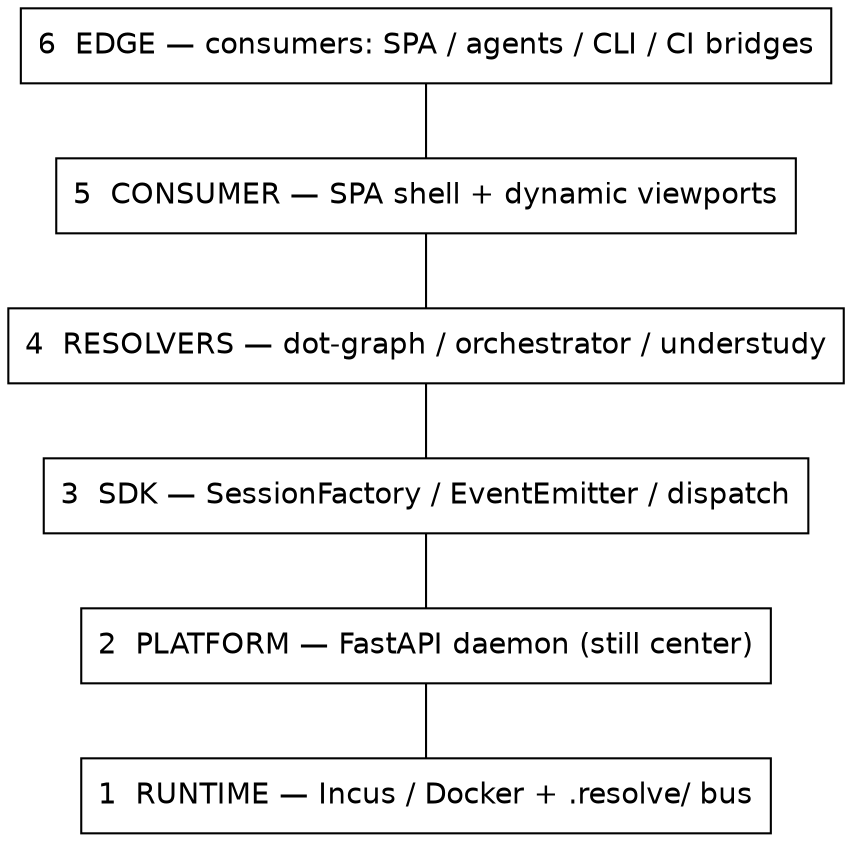
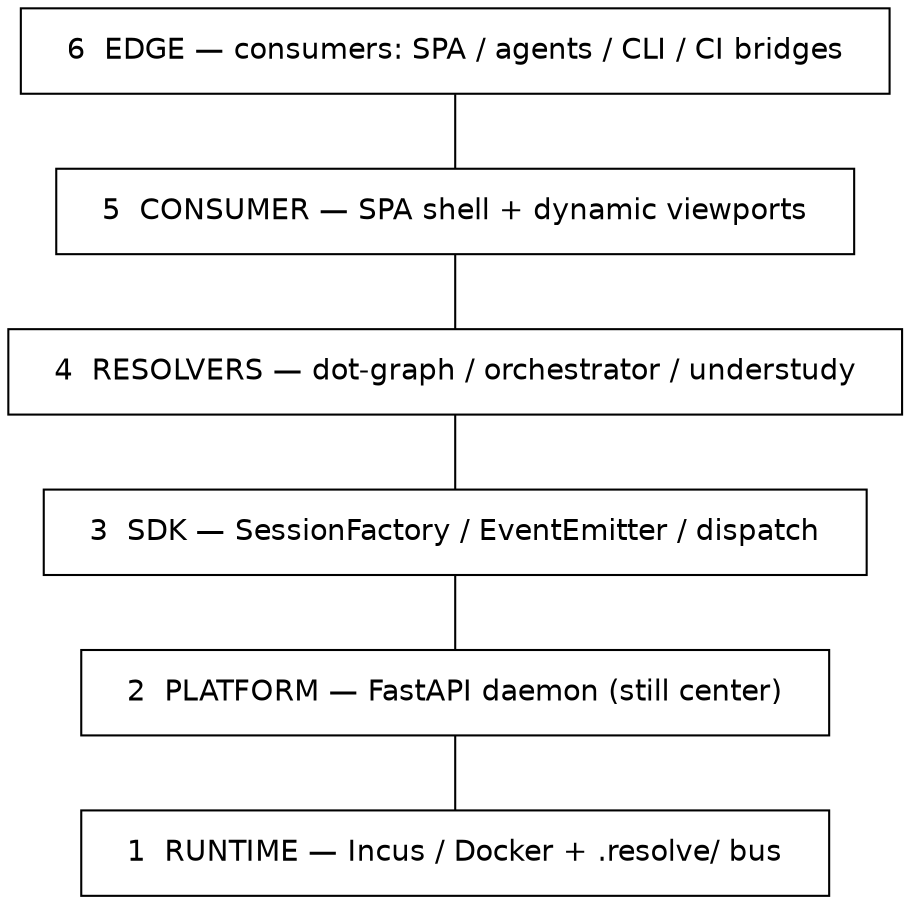
// The six-layer model. Each layer depends only on the one below it.
// Vertical order is forced by edges; arrowheads suppressed (this is a stack).
digraph six_layer_stack {
  rankdir=TB;
-   node [shape=box, fontname="Helvetica"];
+   node [shape=box, fontsize=14, margin="0.3,0.18", fontname="Helvetica"];
  edge [dir=none];

-   l6 [label="6  EDGE — consumers: SPA / agents / CLI / CI bridges"];
-   l5 [label="5  CONSUMER — SPA shell + dynamic viewports"];
-   l4 [label="4  RESOLVERS — dot-graph / orchestrator / understudy"];
-   l3 [label="3  SDK — SessionFactory / EventEmitter / dispatch"];
-   l2 [label="2  PLATFORM — FastAPI daemon (still center)"];
-   l1 [label="1  RUNTIME — Incus / Docker + .resolve/ bus"];
+   l6 [class="consumer", label="6  EDGE — consumers: SPA / agents / CLI / CI bridges"];
+   l5 [class="viewport", label="5  CONSUMER — SPA shell + dynamic viewports"];
+   l4 [class="resolver", label="4  RESOLVERS — dot-graph / orchestrator / understudy"];
+   l3 [class="resolver", label="3  SDK — SessionFactory / EventEmitter / dispatch"];
+   l2 [class="platform", label="2  PLATFORM — FastAPI daemon (still center)"];
+   l1 [class="runtime", label="1  RUNTIME — Incus / Docker + .resolve/ bus"];

  l6 -> l5 -> l4 -> l3 -> l2 -> l1;
}
